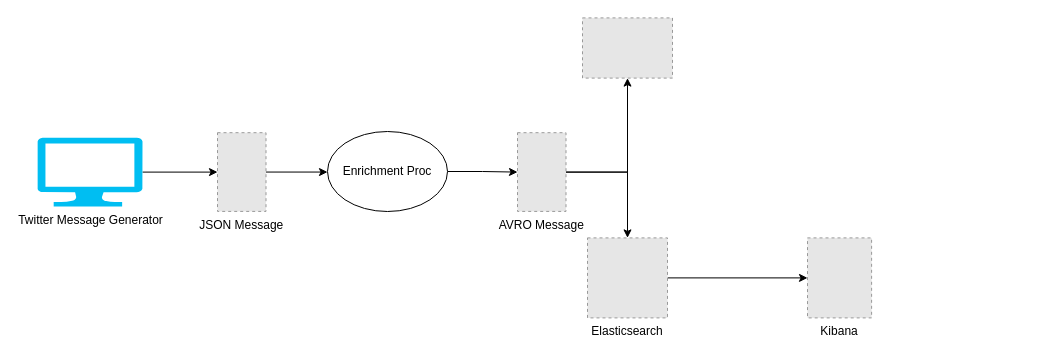
This is src/main/resources/diagram/Diagram.drawio from skatz1990/messaging_pipeline, a draw.io file, before an edit. Source tidied: cells renumbered, new cells numbered last; positions are measured from the earlier drawing's top-left corner, leaving out a move shared by most shapes. Both pictures are drawn from the tidied source at 100%, with x=0, y=0 at pixel (37, 17). Pictures stored in the file or linked from it are replaced by grey dashed boxes.
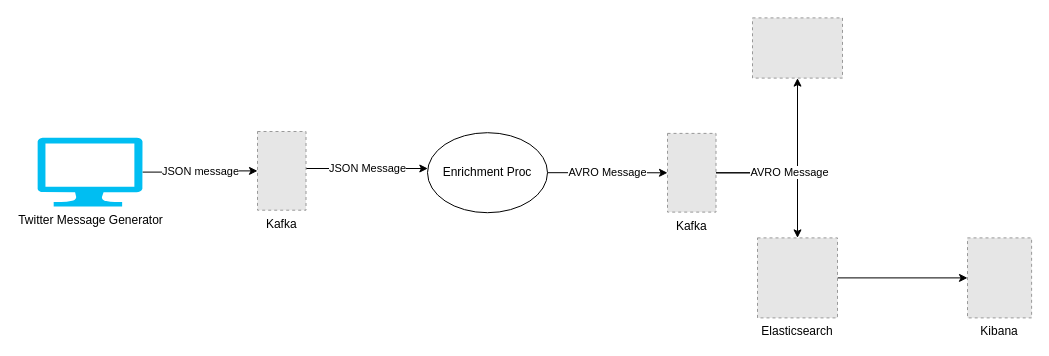
The same diagram, later.

Change to the diagram source:
```diff
@@
 <mxGraphModel>
   <root>
     <mxCell id="0" />
     <mxCell id="1" parent="0" />
-    <mxCell id="2" style="edgeStyle=orthogonalEdgeStyle;rounded=0;jettySize=auto;html=1;" parent="1" edge="1" source="3" target="11">
+    <mxCell id="2" value="JSON Message" style="edgeStyle=orthogonalEdgeStyle;rounded=0;jettySize=auto;html=1;" parent="1" edge="1" source="3" target="11">
       <mxGeometry relative="1" as="geometry">
         <Array as="points">
           <mxPoint x="360" y="151" />
           <mxPoint x="360" y="151" />
         </Array>
       </mxGeometry>
     </mxCell>
-    <mxCell id="3" value="JSON Message" style="fillColor=#E6E6E6;strokeColor=#999999;dashed=1;verticalLabelPosition=bottom;labelBackgroundColor=#ffffff;verticalAlign=top;" parent="1" vertex="1">
-      <mxGeometry x="180" y="115.2" width="48.5" height="78.7" as="geometry" />
+    <mxCell id="3" value="Kafka" style="fillColor=#E6E6E6;strokeColor=#999999;dashed=1;verticalLabelPosition=bottom;labelBackgroundColor=#ffffff;verticalAlign=top;" parent="1" vertex="1">
+      <mxGeometry x="220" y="114" width="48.5" height="78.7" as="geometry" />
     </mxCell>
-    <mxCell id="4" value="&lt;br&gt;" style="edgeStyle=orthogonalEdgeStyle;rounded=0;jettySize=auto;html=1;" parent="1" edge="1" source="5" target="3">
+    <mxCell id="4" value="JSON message" style="edgeStyle=orthogonalEdgeStyle;rounded=0;jettySize=auto;html=1;" parent="1" edge="1" source="5" target="3">
       <mxGeometry relative="1" as="geometry" />
     </mxCell>
     <mxCell id="5" value="Twitter Message Generator" style="verticalLabelPosition=bottom;html=1;verticalAlign=top;align=center;strokeColor=none;fillColor=#00BEF2;shape=mxgraph.azure.computer;" parent="1" vertex="1">
       <mxGeometry y="120.1" width="105" height="69" as="geometry" />
     </mxCell>
     <mxCell id="6" style="fillColor=#E6E6E6;strokeColor=#999999;dashed=1;verticalLabelPosition=bottom;labelBackgroundColor=#ffffff;verticalAlign=top;" parent="1" vertex="1">
-      <mxGeometry x="545" y="0.4" width="90" height="60.2" as="geometry" />
+      <mxGeometry x="715" y="0.4" width="90" height="60.2" as="geometry" />
     </mxCell>
     <mxCell id="7" style="edgeStyle=orthogonalEdgeStyle;rounded=0;jettySize=auto;html=1;" parent="1" edge="1" source="8" target="9">
       <mxGeometry relative="1" as="geometry" />
     </mxCell>
     <mxCell id="8" value="Elasticsearch" style="fillColor=#E6E6E6;strokeColor=#999999;dashed=1;verticalLabelPosition=bottom;labelBackgroundColor=#ffffff;verticalAlign=top;" parent="1" vertex="1">
-      <mxGeometry x="550" y="220.4" width="80" height="80" as="geometry" />
+      <mxGeometry x="720" y="220.4" width="80" height="80" as="geometry" />
     </mxCell>
     <mxCell id="9" value="Kibana" style="fillColor=#E6E6E6;strokeColor=#999999;dashed=1;verticalLabelPosition=bottom;labelBackgroundColor=#ffffff;verticalAlign=top;" parent="1" vertex="1">
-      <mxGeometry x="770" y="220.4" width="64.1" height="80" as="geometry" />
+      <mxGeometry x="930" y="220.4" width="64.1" height="80" as="geometry" />
     </mxCell>
-    <mxCell id="10" style="edgeStyle=orthogonalEdgeStyle;rounded=0;jettySize=auto;html=1;" parent="1" edge="1" source="11" target="14">
+    <mxCell id="10" value="AVRO Message" style="edgeStyle=orthogonalEdgeStyle;rounded=0;jettySize=auto;html=1;" parent="1" edge="1" source="11" target="14">
       <mxGeometry relative="1" as="geometry" />
     </mxCell>
     <mxCell id="11" value="Enrichment Proc" style="ellipse;whiteSpace=wrap;html=1;" parent="1" vertex="1">
-      <mxGeometry x="290" y="114" width="120" height="80" as="geometry" />
+      <mxGeometry x="390" y="115.2" width="120" height="80" as="geometry" />
     </mxCell>
     <mxCell id="12" style="edgeStyle=orthogonalEdgeStyle;rounded=0;jettySize=auto;html=1;" parent="1" edge="1" source="14" target="6">
       <mxGeometry relative="1" as="geometry" />
     </mxCell>
-    <mxCell id="13" style="edgeStyle=orthogonalEdgeStyle;rounded=0;jettySize=auto;html=1;" parent="1" edge="1" source="14" target="8">
+    <mxCell id="13" value="AVRO Message" style="edgeStyle=orthogonalEdgeStyle;rounded=0;jettySize=auto;html=1;" parent="1" edge="1" source="14" target="8">
       <mxGeometry relative="1" as="geometry" />
     </mxCell>
-    <mxCell id="14" value="AVRO Message" style="fillColor=#E6E6E6;strokeColor=#999999;dashed=1;verticalLabelPosition=bottom;labelBackgroundColor=#ffffff;verticalAlign=top;" parent="1" vertex="1">
-      <mxGeometry x="480" y="115.2" width="48.5" height="78.7" as="geometry" />
+    <mxCell id="14" value="Kafka" style="fillColor=#E6E6E6;strokeColor=#999999;dashed=1;verticalLabelPosition=bottom;labelBackgroundColor=#ffffff;verticalAlign=top;" parent="1" vertex="1">
+      <mxGeometry x="630" y="115.9" width="48.5" height="78.7" as="geometry" />
     </mxCell>
   </root>
 </mxGraphModel>
```
